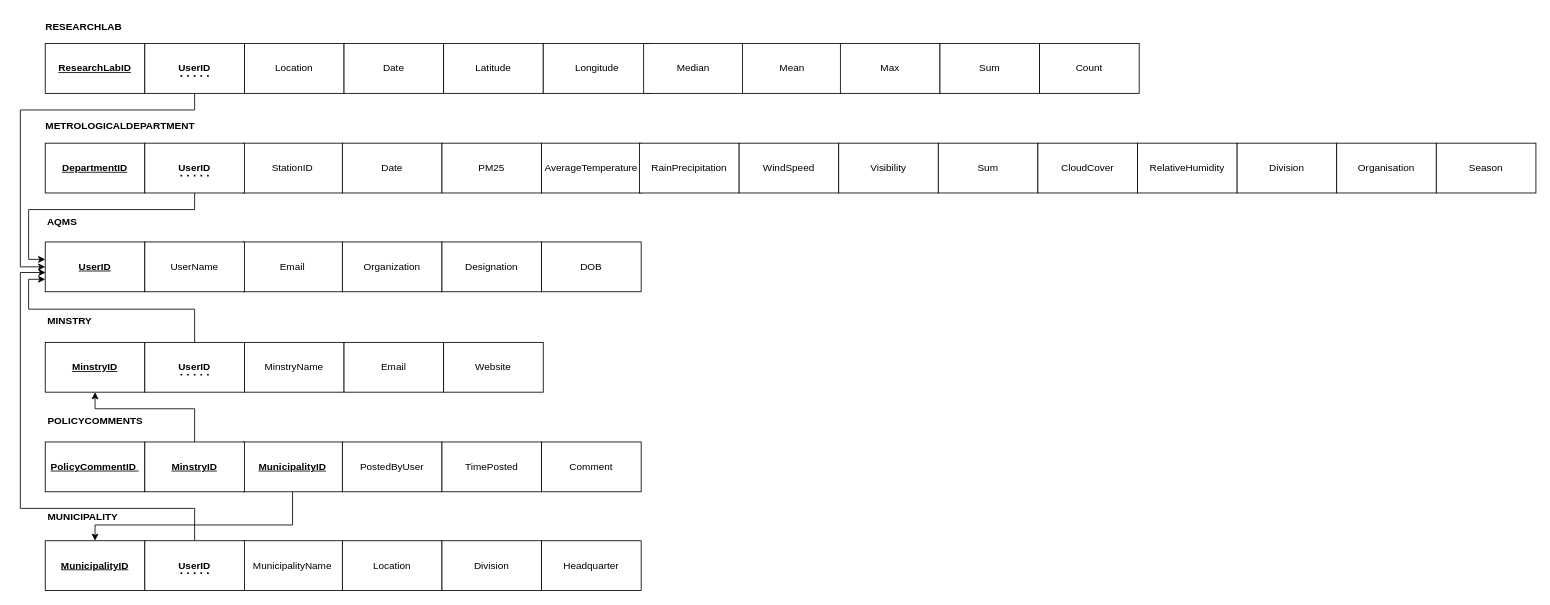
Before: Relational Schema.drawio in toushifhossain1/AirQualityMonitoringOfBangladesh, a draw.io diagram. Source tidied: cells renumbered, new cells numbered last; positions are measured from the earlier drawing's top-left corner, leaving out a move shared by most shapes. Both pictures are drawn from the tidied source at 83%, with x=0, y=0 at pixel (20, 14).
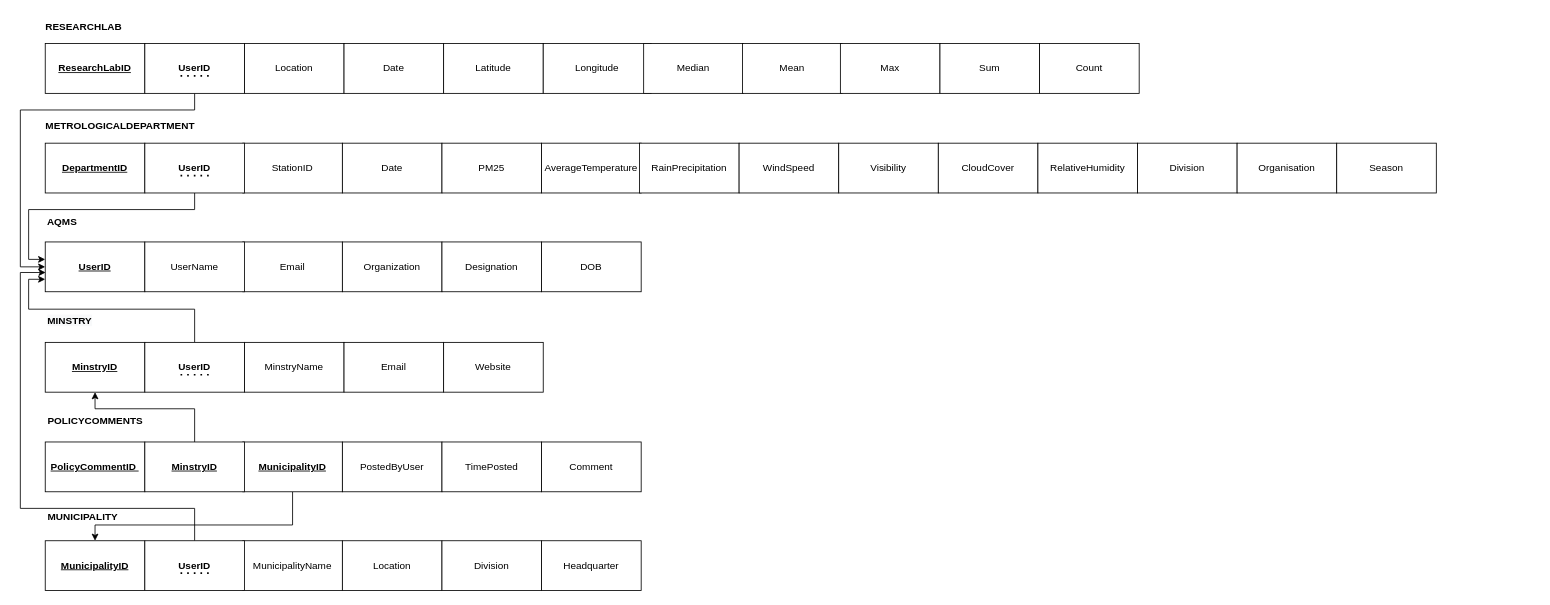
After the change.

Commit message:
Update Relational Schema.drawio ( slight copy paste mistake corrected )

What changed in the source:
```diff
@@
-    <mxCell id="23" value="&lt;span style=&quot;text-align: left;&quot;&gt;Sum&lt;/span&gt;" style="rounded=0;whiteSpace=wrap;html=1;" parent="1" vertex="1">
-      <mxGeometry x="1106" y="155" width="120" height="60" as="geometry" />
-    </mxCell>
     <mxCell id="24" value="&lt;span style=&quot;text-align: left;&quot;&gt;CloudCover&lt;/span&gt;" style="rounded=0;whiteSpace=wrap;html=1;" parent="1" vertex="1">
-      <mxGeometry x="1226" y="155" width="120" height="60" as="geometry" />
+      <mxGeometry x="1106" y="155" width="120" height="60" as="geometry" />
     </mxCell>
@@
     <mxCell id="64" value="&lt;span style=&quot;text-align: left;&quot;&gt;RelativeHumidity&lt;/span&gt;" style="rounded=0;whiteSpace=wrap;html=1;" parent="1" vertex="1">
-      <mxGeometry x="1346" y="155" width="120" height="60" as="geometry" />
+      <mxGeometry x="1226" y="155" width="120" height="60" as="geometry" />
     </mxCell>
     <mxCell id="65" value="&lt;span style=&quot;text-align: left;&quot;&gt;Division&lt;/span&gt;" style="rounded=0;whiteSpace=wrap;html=1;" parent="1" vertex="1">
-      <mxGeometry x="1466" y="155" width="120" height="60" as="geometry" />
+      <mxGeometry x="1346" y="155" width="120" height="60" as="geometry" />
     </mxCell>
     <mxCell id="66" value="&lt;span style=&quot;text-align: left;&quot;&gt;Organisation&lt;/span&gt;" style="rounded=0;whiteSpace=wrap;html=1;" parent="1" vertex="1">
-      <mxGeometry x="1586" y="155" width="120" height="60" as="geometry" />
+      <mxGeometry x="1466" y="155" width="120" height="60" as="geometry" />
     </mxCell>
     <mxCell id="67" value="&lt;span style=&quot;text-align: left;&quot;&gt;Season&lt;/span&gt;" style="rounded=0;whiteSpace=wrap;html=1;" parent="1" vertex="1">
-      <mxGeometry x="1706" y="155" width="120" height="60" as="geometry" />
+      <mxGeometry x="1586" y="155" width="120" height="60" as="geometry" />
     </mxCell>
```
